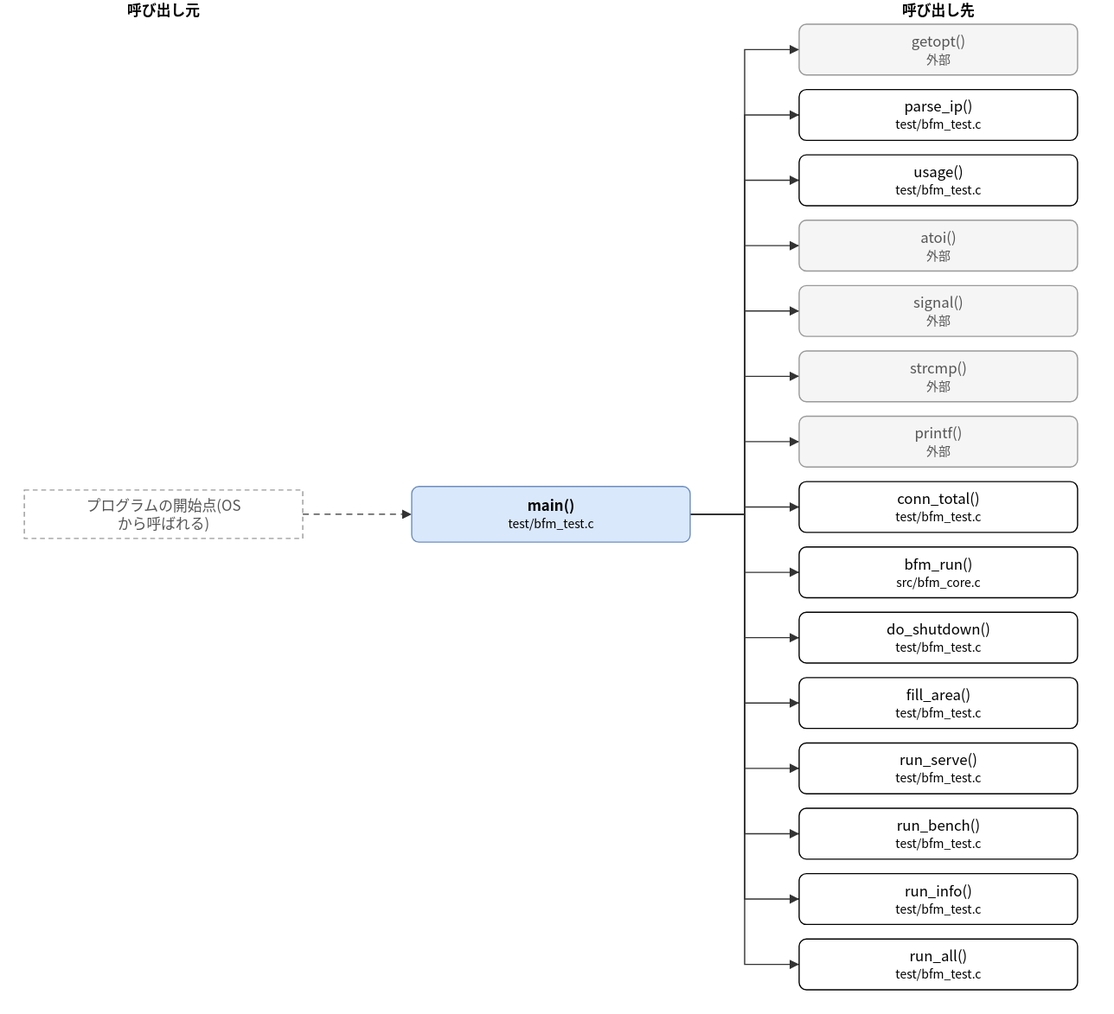
This is doc/spec/images/call_test_bfm_test-main.drawio.svg from hf355051012-ai/bfmem, a draw.io export, as it was before one commit. Source tidied: cells renumbered, new cells last; positions are measured from the earlier drawing's top-left corner, leaving out a move shared by most shapes.
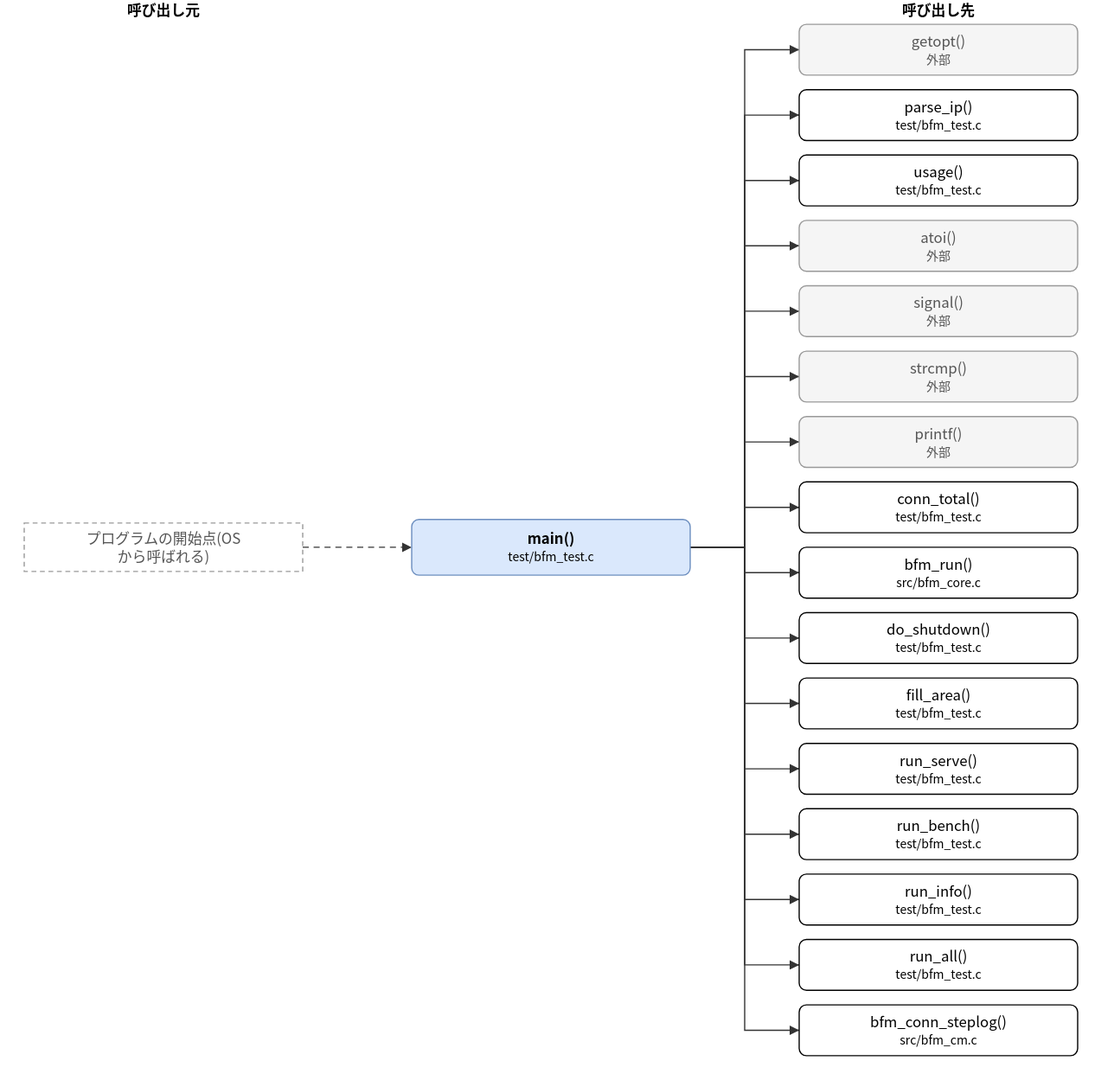
After the change.

Change to the diagram source:
```diff
@@ -3,7 +3,7 @@
     <mxCell id="0" />
     <mxCell id="1" parent="0" />
     <mxCell id="2" value="main()&lt;br&gt;&lt;font style=&quot;font-size:10px&quot;&gt;test/bfm_test.c&lt;/font&gt;" style="rounded=1;whiteSpace=wrap;html=1;fillColor=#dae8fc;strokeColor=#6c8ebf;fontStyle=1;" parent="1" vertex="1">
-      <mxGeometry x="320" y="402" width="230" height="46" as="geometry" />
+      <mxGeometry x="320" y="429" width="230" height="46" as="geometry" />
     </mxCell>
     <mxCell id="3" value="getopt()&lt;br&gt;&lt;font style=&quot;font-size:10px&quot;&gt;外部&lt;/font&gt;" style="rounded=1;whiteSpace=wrap;html=1;fillColor=#f5f5f5;strokeColor=#999999;fontColor=#555555;" parent="1" vertex="1">
       <mxGeometry x="640" y="20" width="230" height="42" as="geometry" />
@@ -50,13 +50,16 @@
     <mxCell id="17" value="run_all()&lt;br&gt;&lt;font style=&quot;font-size:10px&quot;&gt;test/bfm_test.c&lt;/font&gt;" style="rounded=1;whiteSpace=wrap;html=1;" parent="1" vertex="1">
       <mxGeometry x="640" y="776" width="230" height="42" as="geometry" />
     </mxCell>
+    <mxCell id="37" value="bfm_conn_steplog()&lt;br&gt;&lt;font style=&quot;font-size:10px&quot;&gt;src/bfm_cm.c&lt;/font&gt;" style="rounded=1;whiteSpace=wrap;html=1;" parent="1" vertex="1">
+      <mxGeometry x="640" y="830" width="230" height="42" as="geometry" />
+    </mxCell>
     <mxCell id="18" value="プログラムの開始点(OS&lt;br&gt;から呼ばれる)" style="rounded=0;whiteSpace=wrap;html=1;dashed=1;strokeColor=#999999;fontColor=#555555;dashed=1;" parent="1" vertex="1">
-      <mxGeometry y="405" width="230" height="40" as="geometry" />
+      <mxGeometry y="432" width="230" height="40" as="geometry" />
     </mxCell>
     <mxCell id="19" style="edgeStyle=none;html=1;rounded=0;endArrow=block;endFill=1;exitX=1.0000;exitY=0.5000;exitDx=0;exitDy=0;exitPerimeter=0;entryX=0.0000;entryY=0.5000;entryDx=0;entryDy=0;entryPerimeter=0;" parent="1" edge="1" source="2" target="3">
       <mxGeometry relative="1" as="geometry">
         <Array as="points">
-          <mxPoint x="595" y="425" />
+          <mxPoint x="595" y="452" />
           <mxPoint x="595" y="41" />
         </Array>
       </mxGeometry>
@@ -64,7 +67,7 @@
     <mxCell id="20" style="edgeStyle=none;html=1;rounded=0;endArrow=block;endFill=1;exitX=1.0000;exitY=0.5000;exitDx=0;exitDy=0;exitPerimeter=0;entryX=0.0000;entryY=0.5000;entryDx=0;entryDy=0;entryPerimeter=0;" parent="1" edge="1" source="2" target="4">
       <mxGeometry relative="1" as="geometry">
         <Array as="points">
-          <mxPoint x="595" y="425" />
+          <mxPoint x="595" y="452" />
           <mxPoint x="595" y="95" />
         </Array>
       </mxGeometry>
@@ -72,7 +75,7 @@
     <mxCell id="21" style="edgeStyle=none;html=1;rounded=0;endArrow=block;endFill=1;exitX=1.0000;exitY=0.5000;exitDx=0;exitDy=0;exitPerimeter=0;entryX=0.0000;entryY=0.5000;entryDx=0;entryDy=0;entryPerimeter=0;" parent="1" edge="1" source="2" target="5">
       <mxGeometry relative="1" as="geometry">
         <Array as="points">
-          <mxPoint x="595" y="425" />
+          <mxPoint x="595" y="452" />
           <mxPoint x="595" y="149" />
         </Array>
       </mxGeometry>
@@ -80,7 +83,7 @@
     <mxCell id="22" style="edgeStyle=none;html=1;rounded=0;endArrow=block;endFill=1;exitX=1.0000;exitY=0.5000;exitDx=0;exitDy=0;exitPerimeter=0;entryX=0.0000;entryY=0.5000;entryDx=0;entryDy=0;entryPerimeter=0;" parent="1" edge="1" source="2" target="6">
       <mxGeometry relative="1" as="geometry">
         <Array as="points">
-          <mxPoint x="595" y="425" />
+          <mxPoint x="595" y="452" />
           <mxPoint x="595" y="203" />
         </Array>
       </mxGeometry>
@@ -88,7 +91,7 @@
     <mxCell id="23" style="edgeStyle=none;html=1;rounded=0;endArrow=block;endFill=1;exitX=1.0000;exitY=0.5000;exitDx=0;exitDy=0;exitPerimeter=0;entryX=0.0000;entryY=0.5000;entryDx=0;entryDy=0;entryPerimeter=0;" parent="1" edge="1" source="2" target="7">
       <mxGeometry relative="1" as="geometry">
         <Array as="points">
-          <mxPoint x="595" y="425" />
+          <mxPoint x="595" y="452" />
           <mxPoint x="595" y="257" />
         </Array>
       </mxGeometry>
@@ -96,7 +99,7 @@
     <mxCell id="24" style="edgeStyle=none;html=1;rounded=0;endArrow=block;endFill=1;exitX=1.0000;exitY=0.5000;exitDx=0;exitDy=0;exitPerimeter=0;entryX=0.0000;entryY=0.5000;entryDx=0;entryDy=0;entryPerimeter=0;" parent="1" edge="1" source="2" target="8">
       <mxGeometry relative="1" as="geometry">
         <Array as="points">
-          <mxPoint x="595" y="425" />
+          <mxPoint x="595" y="452" />
           <mxPoint x="595" y="311" />
         </Array>
       </mxGeometry>
@@ -104,7 +107,7 @@
     <mxCell id="25" style="edgeStyle=none;html=1;rounded=0;endArrow=block;endFill=1;exitX=1.0000;exitY=0.5000;exitDx=0;exitDy=0;exitPerimeter=0;entryX=0.0000;entryY=0.5000;entryDx=0;entryDy=0;entryPerimeter=0;" parent="1" edge="1" source="2" target="9">
       <mxGeometry relative="1" as="geometry">
         <Array as="points">
-          <mxPoint x="595" y="425" />
+          <mxPoint x="595" y="452" />
           <mxPoint x="595" y="365" />
         </Array>
       </mxGeometry>
@@ -112,7 +115,7 @@
     <mxCell id="26" style="edgeStyle=none;html=1;rounded=0;endArrow=block;endFill=1;exitX=1.0000;exitY=0.5000;exitDx=0;exitDy=0;exitPerimeter=0;entryX=0.0000;entryY=0.5000;entryDx=0;entryDy=0;entryPerimeter=0;" parent="1" edge="1" source="2" target="10">
       <mxGeometry relative="1" as="geometry">
         <Array as="points">
-          <mxPoint x="595" y="425" />
+          <mxPoint x="595" y="452" />
           <mxPoint x="595" y="419" />
         </Array>
       </mxGeometry>
@@ -120,7 +123,7 @@
     <mxCell id="27" style="edgeStyle=none;html=1;rounded=0;endArrow=block;endFill=1;exitX=1.0000;exitY=0.5000;exitDx=0;exitDy=0;exitPerimeter=0;entryX=0.0000;entryY=0.5000;entryDx=0;entryDy=0;entryPerimeter=0;" parent="1" edge="1" source="2" target="11">
       <mxGeometry relative="1" as="geometry">
         <Array as="points">
-          <mxPoint x="595" y="425" />
+          <mxPoint x="595" y="452" />
           <mxPoint x="595" y="473" />
         </Array>
       </mxGeometry>
@@ -128,7 +131,7 @@
     <mxCell id="28" style="edgeStyle=none;html=1;rounded=0;endArrow=block;endFill=1;exitX=1.0000;exitY=0.5000;exitDx=0;exitDy=0;exitPerimeter=0;entryX=0.0000;entryY=0.5000;entryDx=0;entryDy=0;entryPerimeter=0;" parent="1" edge="1" source="2" target="12">
       <mxGeometry relative="1" as="geometry">
         <Array as="points">
-          <mxPoint x="595" y="425" />
+          <mxPoint x="595" y="452" />
           <mxPoint x="595" y="527" />
         </Array>
       </mxGeometry>
@@ -136,7 +139,7 @@
     <mxCell id="29" style="edgeStyle=none;html=1;rounded=0;endArrow=block;endFill=1;exitX=1.0000;exitY=0.5000;exitDx=0;exitDy=0;exitPerimeter=0;entryX=0.0000;entryY=0.5000;entryDx=0;entryDy=0;entryPerimeter=0;" parent="1" edge="1" source="2" target="13">
       <mxGeometry relative="1" as="geometry">
         <Array as="points">
-          <mxPoint x="595" y="425" />
+          <mxPoint x="595" y="452" />
           <mxPoint x="595" y="581" />
         </Array>
       </mxGeometry>
@@ -144,7 +147,7 @@
     <mxCell id="30" style="edgeStyle=none;html=1;rounded=0;endArrow=block;endFill=1;exitX=1.0000;exitY=0.5000;exitDx=0;exitDy=0;exitPerimeter=0;entryX=0.0000;entryY=0.5000;entryDx=0;entryDy=0;entryPerimeter=0;" parent="1" edge="1" source="2" target="14">
       <mxGeometry relative="1" as="geometry">
         <Array as="points">
-          <mxPoint x="595" y="425" />
+          <mxPoint x="595" y="452" />
           <mxPoint x="595" y="635" />
         </Array>
       </mxGeometry>
@@ -152,7 +155,7 @@
     <mxCell id="31" style="edgeStyle=none;html=1;rounded=0;endArrow=block;endFill=1;exitX=1.0000;exitY=0.5000;exitDx=0;exitDy=0;exitPerimeter=0;entryX=0.0000;entryY=0.5000;entryDx=0;entryDy=0;entryPerimeter=0;" parent="1" edge="1" source="2" target="15">
       <mxGeometry relative="1" as="geometry">
         <Array as="points">
-          <mxPoint x="595" y="425" />
+          <mxPoint x="595" y="452" />
           <mxPoint x="595" y="689" />
         </Array>
       </mxGeometry>
@@ -160,7 +163,7 @@
     <mxCell id="32" style="edgeStyle=none;html=1;rounded=0;endArrow=block;endFill=1;exitX=1.0000;exitY=0.5000;exitDx=0;exitDy=0;exitPerimeter=0;entryX=0.0000;entryY=0.5000;entryDx=0;entryDy=0;entryPerimeter=0;" parent="1" edge="1" source="2" target="16">
       <mxGeometry relative="1" as="geometry">
         <Array as="points">
-          <mxPoint x="595" y="425" />
+          <mxPoint x="595" y="452" />
           <mxPoint x="595" y="743" />
         </Array>
       </mxGeometry>
@@ -168,14 +171,22 @@
     <mxCell id="33" style="edgeStyle=none;html=1;rounded=0;endArrow=block;endFill=1;exitX=1.0000;exitY=0.5000;exitDx=0;exitDy=0;exitPerimeter=0;entryX=0.0000;entryY=0.5000;entryDx=0;entryDy=0;entryPerimeter=0;" parent="1" edge="1" source="2" target="17">
       <mxGeometry relative="1" as="geometry">
         <Array as="points">
-          <mxPoint x="595" y="425" />
+          <mxPoint x="595" y="452" />
           <mxPoint x="595" y="797" />
         </Array>
       </mxGeometry>
     </mxCell>
-    <mxCell id="34" style="edgeStyle=none;html=1;rounded=0;endArrow=block;endFill=1;exitX=1.0000;exitY=0.5000;exitDx=0;exitDy=0;exitPerimeter=0;entryX=0.0000;entryY=0.5000;entryDx=0;entryDy=0;entryPerimeter=0;dashed=1;" parent="1" edge="1" source="18" target="2">
-      <mxGeometry relative="1" as="geometry" />
+    <mxCell id="34" style="edgeStyle=none;html=1;rounded=0;endArrow=block;endFill=1;exitX=1.0000;exitY=0.5000;exitDx=0;exitDy=0;exitPerimeter=0;entryX=0.0000;entryY=0.5000;entryDx=0;entryDy=0;entryPerimeter=0;" parent="1" edge="1" source="2" target="37">
+      <mxGeometry relative="1" as="geometry">
+        <Array as="points">
+          <mxPoint x="595" y="452" />
+          <mxPoint x="595" y="851" />
+        </Array>
+      </mxGeometry>
     </mxCell>
+    <mxCell id="38" style="edgeStyle=none;html=1;rounded=0;endArrow=block;endFill=1;exitX=1.0000;exitY=0.5000;exitDx=0;exitDy=0;exitPerimeter=0;entryX=0.0000;entryY=0.5000;entryDx=0;entryDy=0;entryPerimeter=0;dashed=1;" parent="1" edge="1" source="18" target="2">
+      <mxGeometry relative="1" as="geometry" />
+    </mxCell>
     <mxCell id="35" value="呼び出し元" style="text;html=1;align=center;fontStyle=1;" parent="1" vertex="1">
       <mxGeometry x="35" width="160" height="18" as="geometry" />
     </mxCell>
```
